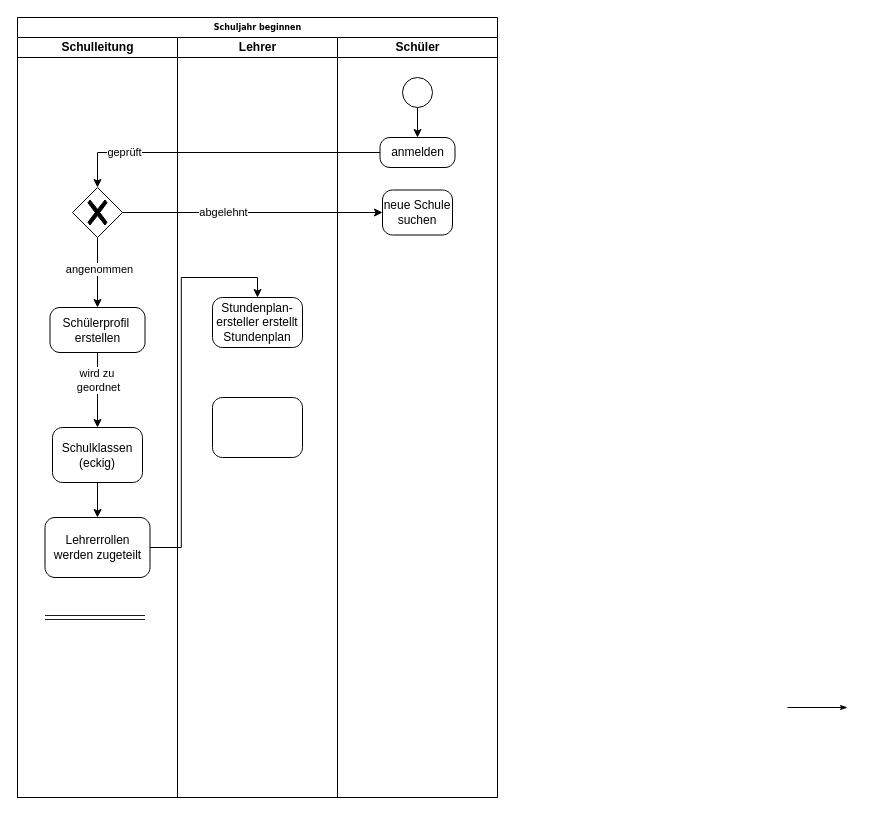
Before: Aktivitätsdiagram.drawio in TrainFan1804/SchulverwaltungUML, a draw.io diagram. Source tidied: cells renumbered, new cells numbered last; positions are measured from the earlier drawing's top-left corner, leaving out a move shared by most shapes. Both pictures are drawn from the tidied source at 100%, with x=0, y=0 at pixel (17, 17).
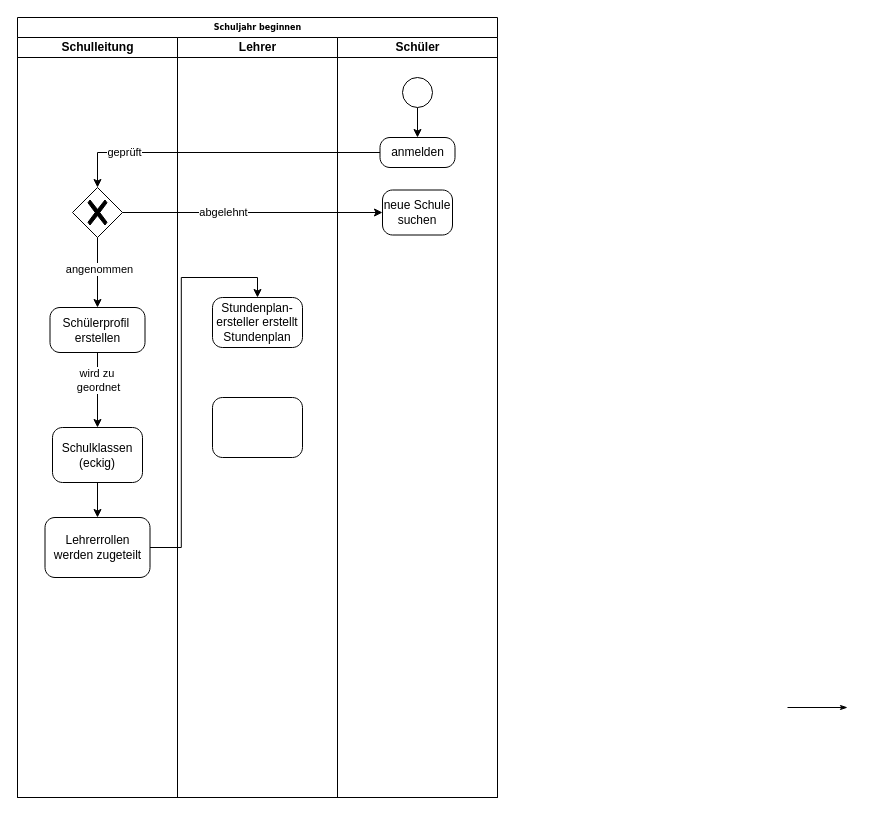
The same page after the edit.

Unchanged cells that the change refers to:
```xml
<mxCell id="4" value="Schulleitung" style="swimlane;html=1;startSize=20;" parent="2" vertex="1">
  <mxGeometry y="20" width="160" height="760" as="geometry" />
</mxCell>
```

Diff of the diagram source:
```diff
@@
-    <mxCell id="14" style="shape=link;html=1;rounded=0;fillColor=#e1d5e7;strokeColor=#1C1C1C;labelBackgroundColor=#0D0D0D;" parent="4" edge="1">
-      <mxGeometry relative="1" as="geometry">
-        <mxPoint x="27.5" y="580" as="sourcePoint" />
-        <mxPoint x="127.5" y="580" as="targetPoint" />
-      </mxGeometry>
-    </mxCell>
```
